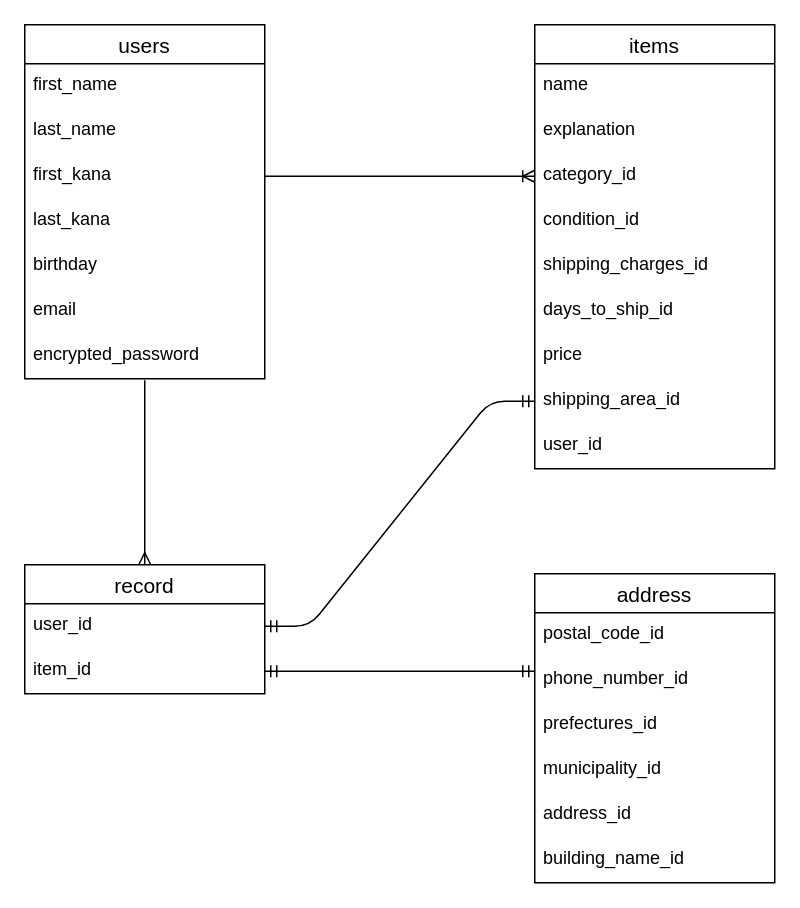
Earlier version of the draw.io diagram ER.dio (tech88kubo/furima-32114). Source tidied: cells renumbered, new cells numbered last; positions are measured from the earlier drawing's top-left corner, leaving out a move shared by most shapes. Both pictures are drawn from the tidied source at 150%, with x=0, y=0 at pixel (24, 24).
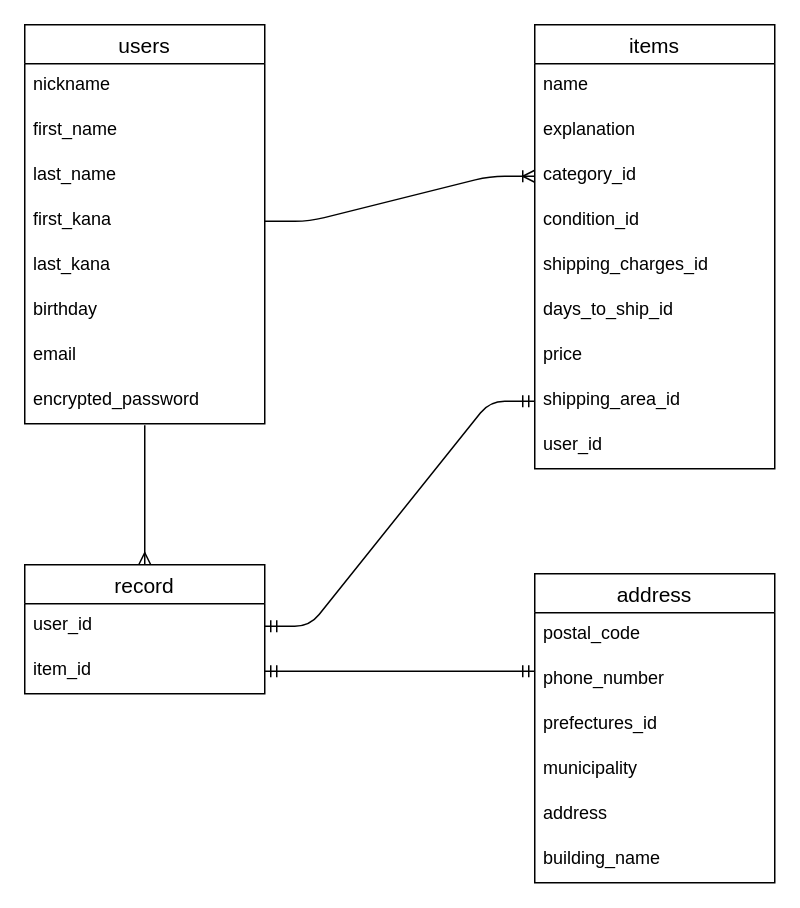
Above is the later version.

Commit message (it also covers changes not shown here):
ER図、READMEの修正（修正３回目）

The change refers to these unchanged cells:
```xml
<mxCell id="23" value="address" style="swimlane;fontStyle=0;horizontal=1;startSize=26;align=center;fontSize=14;" parent="1" vertex="1">
  <mxGeometry x="340" y="366" width="160" height="206" as="geometry" />
</mxCell>
```

The edit, as a diff of the source:
```diff
@@
     <mxCell id="2" value="users" style="swimlane;fontStyle=0;horizontal=1;startSize=26;align=center;fontSize=14;" parent="1" vertex="1">
-      <mxGeometry width="160" height="236" as="geometry" />
+      <mxGeometry width="160" height="266" as="geometry" />
     </mxCell>
-    <mxCell id="3" value="first_name" style="text;strokeColor=none;fillColor=none;spacingLeft=4;spacingRight=4;overflow=hidden;fontSize=12;" parent="2" vertex="1">
+    <mxCell id="3" value="nickname" style="text;strokeColor=none;fillColor=none;spacingLeft=4;spacingRight=4;overflow=hidden;fontSize=12;" parent="2" vertex="1">
       <mxGeometry y="26" width="160" height="30" as="geometry" />
     </mxCell>
+    <mxCell id="34" value="first_name" style="text;strokeColor=none;fillColor=none;spacingLeft=4;spacingRight=4;overflow=hidden;fontSize=12;" parent="2" vertex="1">
+      <mxGeometry y="56" width="160" height="30" as="geometry" />
+    </mxCell>
     <mxCell id="4" value="last_name" style="text;strokeColor=none;fillColor=none;spacingLeft=4;spacingRight=4;overflow=hidden;fontSize=12;" parent="2" vertex="1">
-      <mxGeometry y="56" width="160" height="30" as="geometry" />
+      <mxGeometry y="86" width="160" height="30" as="geometry" />
     </mxCell>
     <mxCell id="5" value="first_kana" style="text;strokeColor=none;fillColor=none;spacingLeft=4;spacingRight=4;overflow=hidden;points=[[0,0.5],[1,0.5]];portConstraint=eastwest;fontSize=12;" parent="2" vertex="1">
-      <mxGeometry y="86" width="160" height="30" as="geometry" />
+      <mxGeometry y="116" width="160" height="30" as="geometry" />
     </mxCell>
     <mxCell id="6" value="last_kana" style="text;strokeColor=none;fillColor=none;spacingLeft=4;spacingRight=4;overflow=hidden;fontSize=12;" parent="2" vertex="1">
-      <mxGeometry y="116" width="160" height="30" as="geometry" />
+      <mxGeometry y="146" width="160" height="30" as="geometry" />
     </mxCell>
     <mxCell id="7" value="birthday" style="text;strokeColor=none;fillColor=none;spacingLeft=4;spacingRight=4;overflow=hidden;fontSize=12;" parent="2" vertex="1">
-      <mxGeometry y="146" width="160" height="30" as="geometry" />
+      <mxGeometry y="176" width="160" height="30" as="geometry" />
     </mxCell>
     <mxCell id="8" value="email" style="text;strokeColor=none;fillColor=none;spacingLeft=4;spacingRight=4;overflow=hidden;fontSize=12;" parent="2" vertex="1">
-      <mxGeometry y="176" width="160" height="30" as="geometry" />
+      <mxGeometry y="206" width="160" height="30" as="geometry" />
     </mxCell>
     <mxCell id="9" value="encrypted_password" style="text;strokeColor=none;fillColor=none;spacingLeft=4;spacingRight=4;overflow=hidden;points=[[0,0.5],[1,0.5]];portConstraint=eastwest;fontSize=12;" parent="2" vertex="1">
-      <mxGeometry y="206" width="160" height="30" as="geometry" />
+      <mxGeometry y="236" width="160" height="30" as="geometry" />
     </mxCell>
@@
-    <mxCell id="24" value="postal_code_id" style="text;strokeColor=none;fillColor=none;spacingLeft=4;spacingRight=4;overflow=hidden;fontSize=12;" parent="23" vertex="1">
+    <mxCell id="24" value="postal_code" style="text;strokeColor=none;fillColor=none;spacingLeft=4;spacingRight=4;overflow=hidden;fontSize=12;" parent="23" vertex="1">
       <mxGeometry y="26" width="160" height="30" as="geometry" />
     </mxCell>
-    <mxCell id="25" value="phone_number_id" style="text;strokeColor=none;fillColor=none;spacingLeft=4;spacingRight=4;overflow=hidden;fontSize=12;" parent="23" vertex="1">
+    <mxCell id="25" value="phone_number" style="text;strokeColor=none;fillColor=none;spacingLeft=4;spacingRight=4;overflow=hidden;fontSize=12;" parent="23" vertex="1">
       <mxGeometry y="56" width="160" height="30" as="geometry" />
     </mxCell>
@@
-    <mxCell id="27" value="municipality_id" style="text;strokeColor=none;fillColor=none;spacingLeft=4;spacingRight=4;overflow=hidden;fontSize=12;" parent="23" vertex="1">
+    <mxCell id="27" value="municipality" style="text;strokeColor=none;fillColor=none;spacingLeft=4;spacingRight=4;overflow=hidden;fontSize=12;" parent="23" vertex="1">
       <mxGeometry y="116" width="160" height="30" as="geometry" />
     </mxCell>
-    <mxCell id="28" value="address_id" style="text;strokeColor=none;fillColor=none;spacingLeft=4;spacingRight=4;overflow=hidden;fontSize=12;" parent="23" vertex="1">
+    <mxCell id="28" value="address" style="text;strokeColor=none;fillColor=none;spacingLeft=4;spacingRight=4;overflow=hidden;fontSize=12;" parent="23" vertex="1">
       <mxGeometry y="146" width="160" height="30" as="geometry" />
     </mxCell>
-    <mxCell id="29" value="building_name_id" style="text;strokeColor=none;fillColor=none;spacingLeft=4;spacingRight=4;overflow=hidden;fontSize=12;" parent="23" vertex="1">
+    <mxCell id="29" value="building_name" style="text;strokeColor=none;fillColor=none;spacingLeft=4;spacingRight=4;overflow=hidden;fontSize=12;" parent="23" vertex="1">
       <mxGeometry y="176" width="160" height="30" as="geometry" />
     </mxCell>
```
